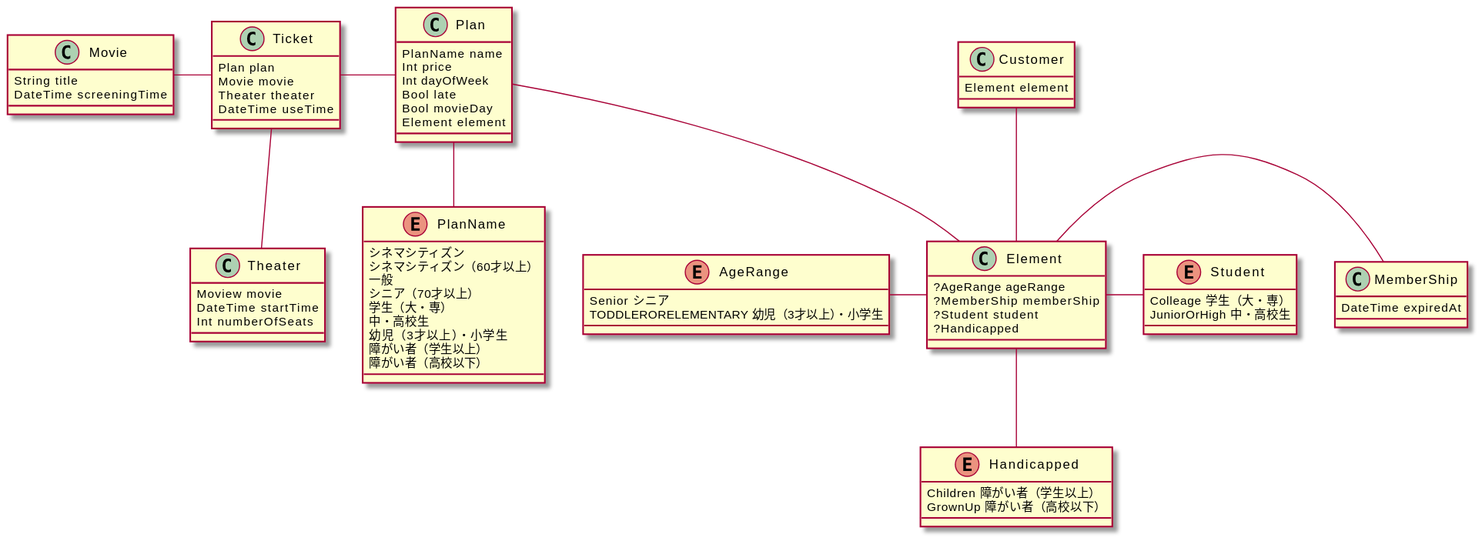
Before: docs/model.svg, a diagram exported from PlantUML (mstysk/tickets-modeling).
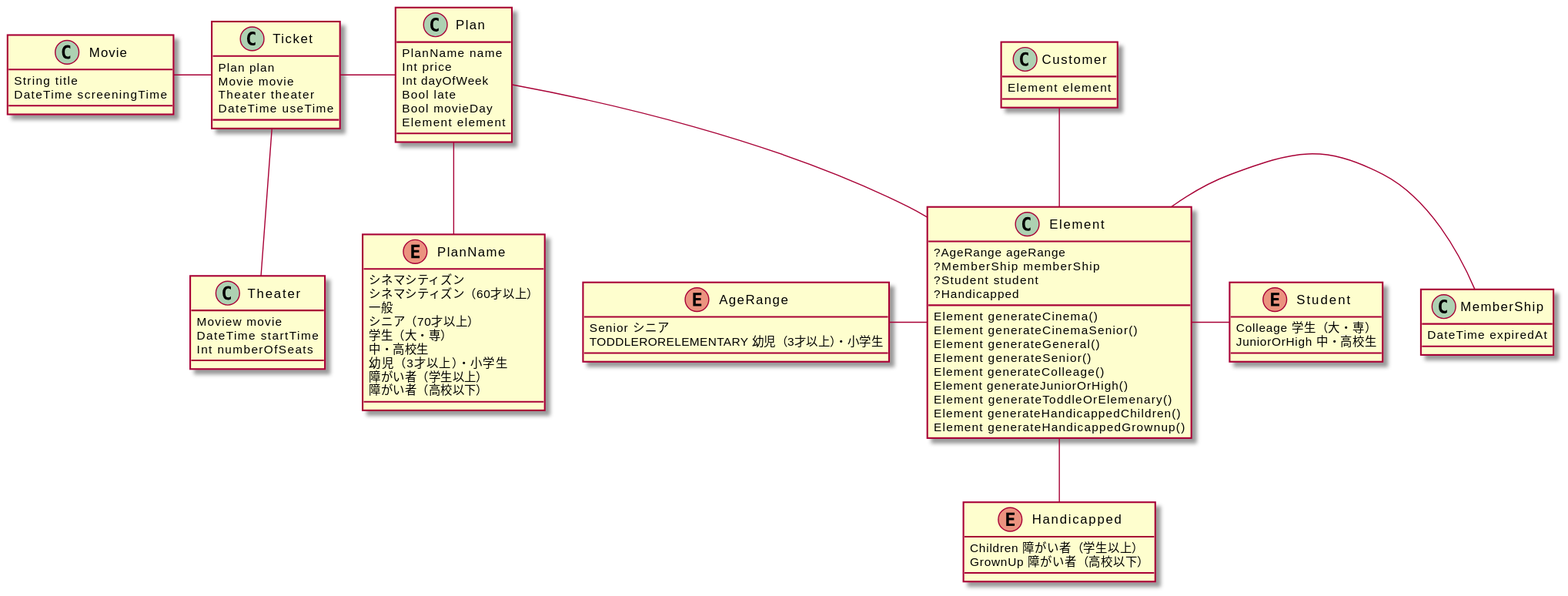
After the change.

Commit message:
:recycle: update model

The edit, as a diff of the source:
```diff
@@ -22,6 +22,16 @@
     ?MemberShip memberShip
     ?Student student
     ?Handicapped
+
+    Element generateCinema()
+    Element generateCinemaSenior()
+    Element generateGeneral()
+    Element generateSenior()
+    Element generateColleage()
+    Element generateJuniorOrHigh()
+    Element generateToddleOrElemenary()
+    Element generateHandicappedChildren()
+    Element generateHandicappedGrownup()
 }
 
 class MemberShip {
```
